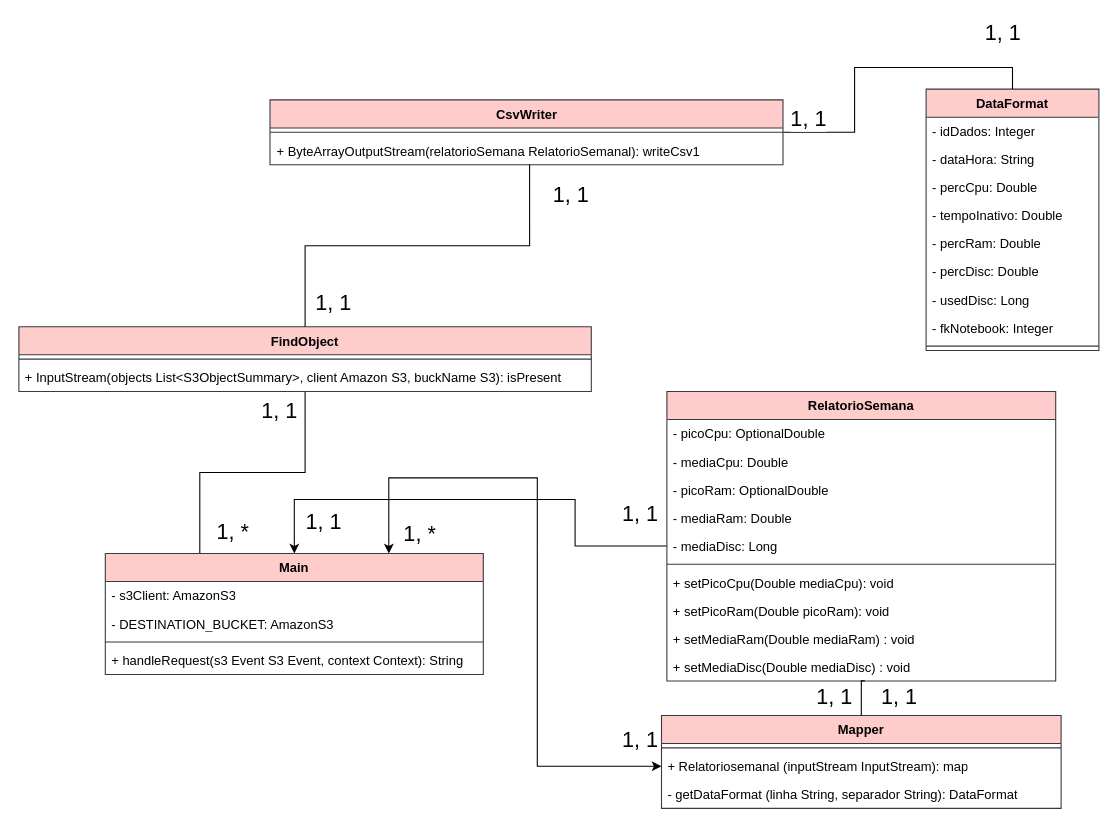
Tagg-Tech/Dev_Java keeps this draw.io diagram as ETL TagTech.drawio. Above is the earlier version. Source tidied: cells renumbered, new cells numbered last; positions are measured from the earlier drawing's top-left corner, leaving out a move shared by most shapes. Both pictures are drawn from the tidied source at 108%, with x=0, y=0 at pixel (18, 24).
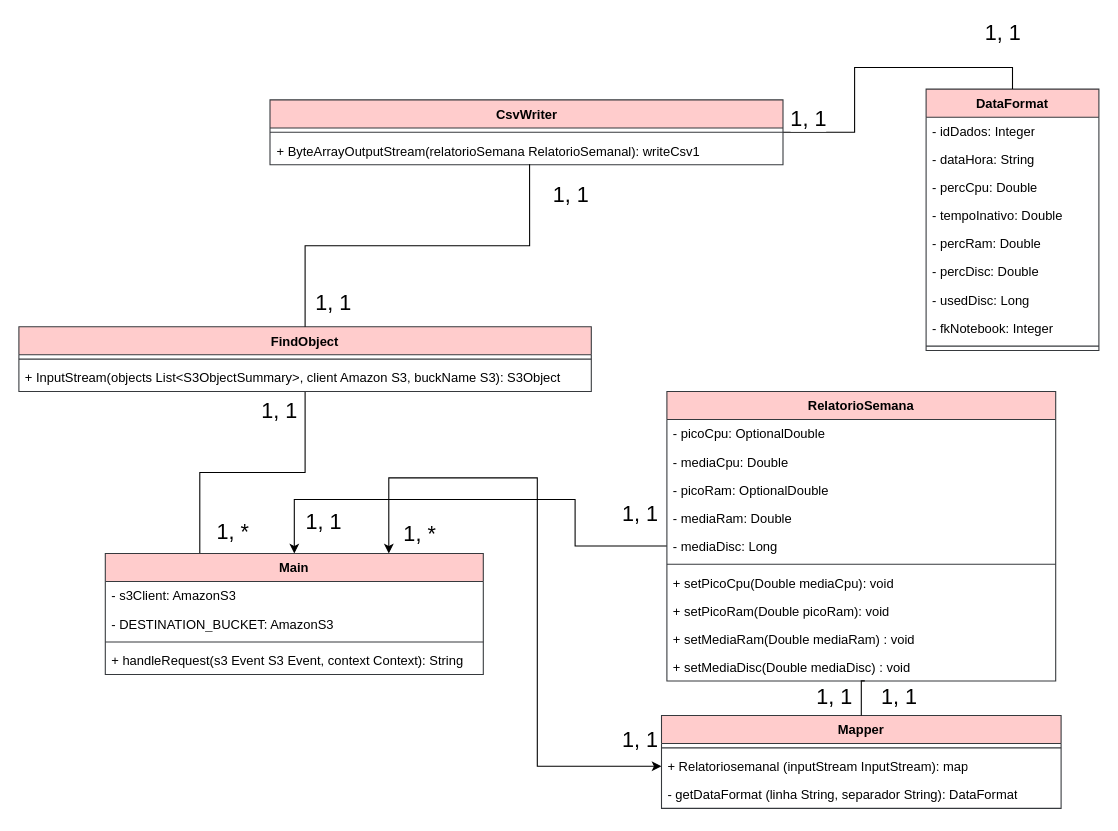
The same diagram, later.

Commit message:
Ajuste de retorno em classe

Unchanged cells that the change refers to:
```xml
<mxCell id="26" value="FindObject" style="swimlane;fontStyle=1;align=center;verticalAlign=top;horizontal=1;startSize=26;whiteSpace=wrap;html=1;fillColor=#ffcccc;strokeColor=#36393d;" parent="1" vertex="1">
  <mxGeometry y="280" width="530" height="60" as="geometry" />
</mxCell>
```

Change to the diagram source:
```diff
@@
-    <mxCell id="28" value="+ InputStream(objects List&amp;lt;S3ObjectSummary&amp;gt;, client Amazon S3, buckName S3): isPresent" style="text;strokeColor=none;fillColor=none;align=left;verticalAlign=top;spacingLeft=4;spacingRight=4;overflow=hidden;whiteSpace=wrap;html=1;" parent="26" vertex="1">
+    <mxCell id="28" value="+ InputStream(objects List&amp;lt;S3ObjectSummary&amp;gt;, client Amazon S3, buckName S3): S3Object" style="text;strokeColor=none;fillColor=none;align=left;verticalAlign=top;spacingLeft=4;spacingRight=4;overflow=hidden;whiteSpace=wrap;html=1;" parent="26" vertex="1">
       <mxGeometry y="34" width="530" height="26" as="geometry" />
     </mxCell>
```
